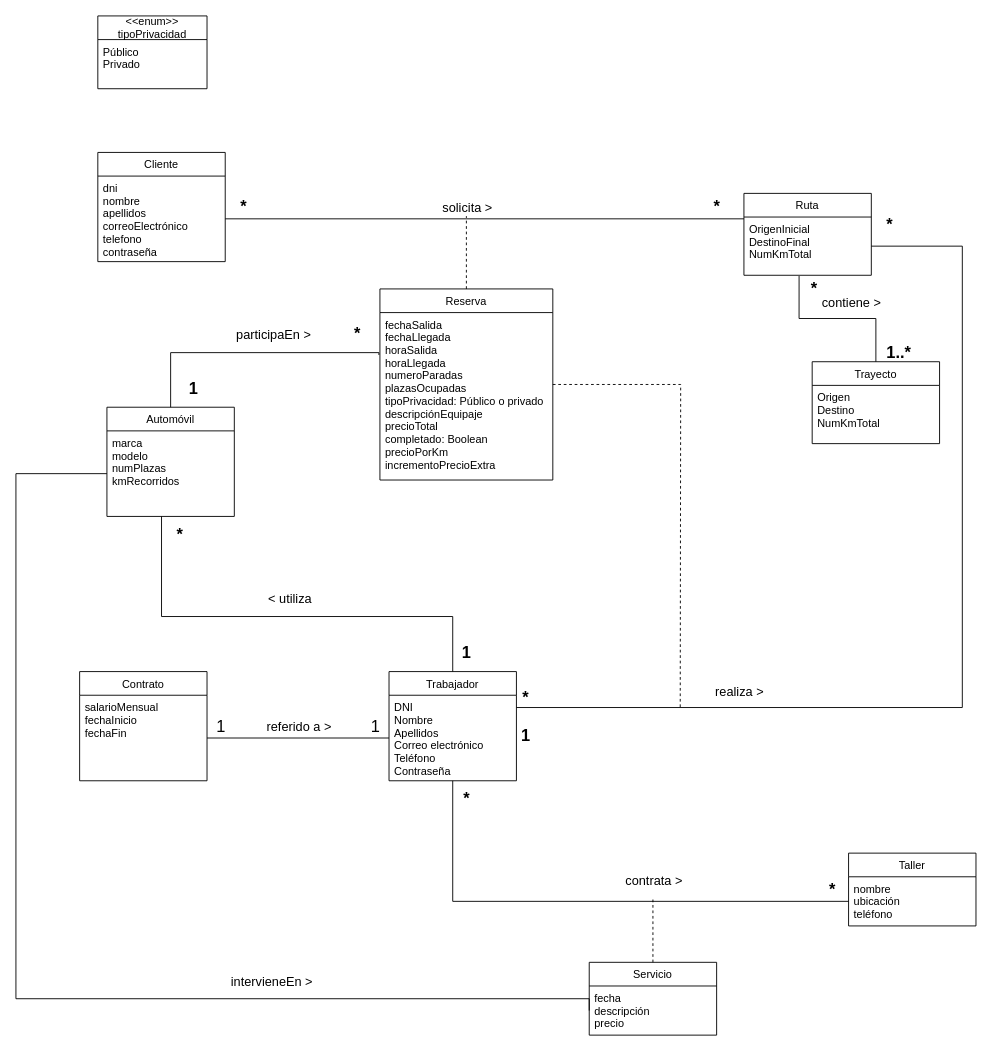
Earlier version of the draw.io diagram UML clase flotante.drawio (gii-is-DP1/dp1-2020-g2-3). Source tidied: cells renumbered, new cells numbered last; positions are measured from the earlier drawing's top-left corner, leaving out a move shared by most shapes. Both pictures are drawn from the tidied source at 91%, with x=0, y=0 at pixel (15, 15).
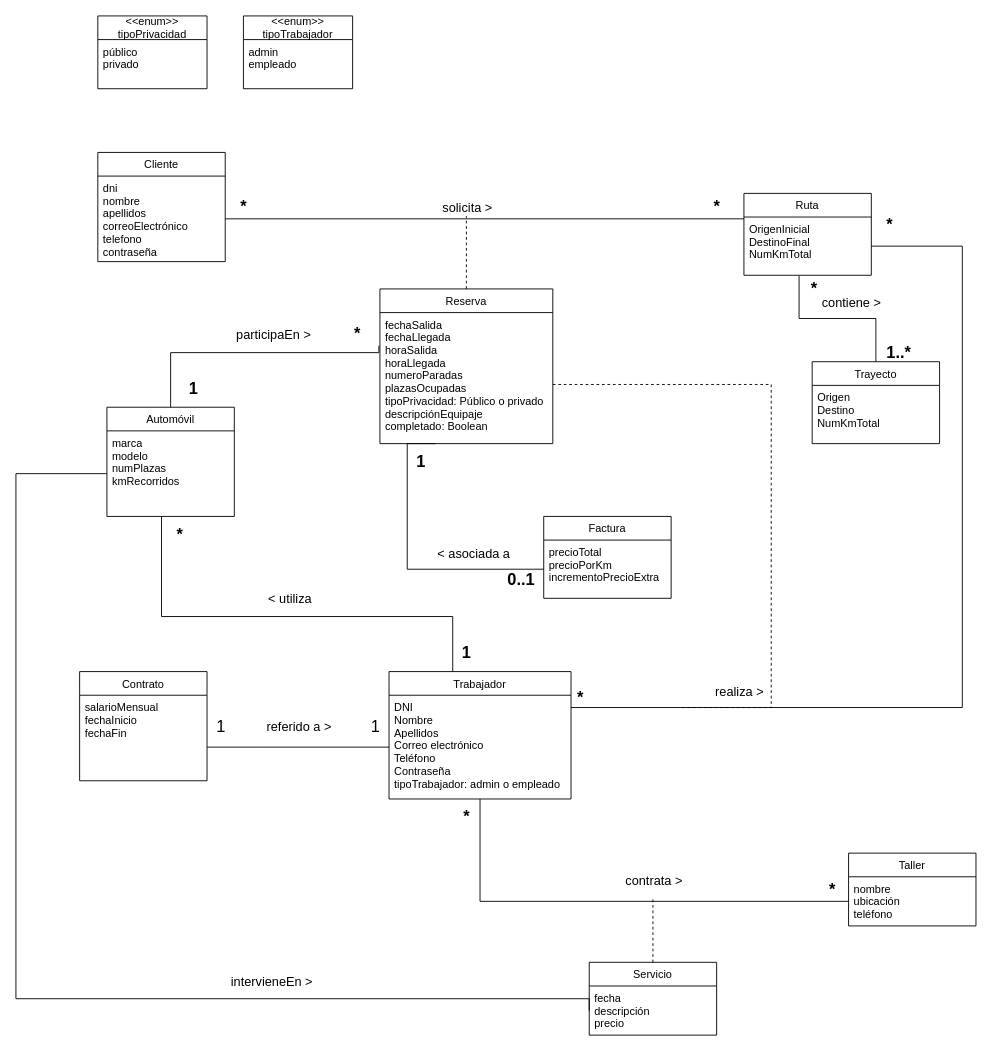
The same diagram, later.

Unchanged cells that the change refers to:
```xml
<mxCell id="6" value="&lt;&lt;enum&gt;&gt;&#10;tipoPrivacidad" style="swimlane;fontStyle=0;horizontal=1;startSize=26;fillColor=none;" parent="1" vertex="1">
  <mxGeometry x="90" width="120" height="80" as="geometry" />
</mxCell>
<mxCell id="14" value="salarioMensual&#10;fechaInicio&#10;fechaFin&#10;" style="text;strokeColor=none;fillColor=none;align=left;verticalAlign=top;spacingLeft=4;spacingRight=4;overflow=hidden;points=[[0,0.5],[1,0.5]];portConstraint=eastwest;" parent="13" vertex="1">
  <mxGeometry y="26" width="140" height="94" as="geometry" />
</mxCell>
```

Diff of the diagram source:
```diff
@@
-    <mxCell id="7" value="Público&#10;Privado" style="text;strokeColor=none;fillColor=none;align=left;verticalAlign=top;spacingLeft=4;spacingRight=4;overflow=hidden;" parent="6" vertex="1">
+    <mxCell id="7" value="público&#10;privado" style="text;strokeColor=none;fillColor=none;align=left;verticalAlign=top;spacingLeft=4;spacingRight=4;overflow=hidden;" parent="6" vertex="1">
       <mxGeometry y="26" width="120" height="54" as="geometry" />
     </mxCell>
@@
     <mxCell id="11" value="Trabajador" style="swimlane;fontStyle=0;horizontal=1;startSize=26;fillColor=none;" parent="1" vertex="1">
-      <mxGeometry x="410" y="720.5" width="140" height="120" as="geometry" />
+      <mxGeometry x="410" y="720.5" width="200" height="140" as="geometry" />
     </mxCell>
-    <mxCell id="12" value="DNI&#10;Nombre&#10;Apellidos&#10;Correo electrónico&#10;Teléfono&#10;Contraseña" style="text;strokeColor=none;fillColor=none;align=left;verticalAlign=top;spacingLeft=4;spacingRight=4;overflow=hidden;points=[[0,0.5],[1,0.5]];portConstraint=eastwest;" parent="11" vertex="1">
-      <mxGeometry y="26" width="140" height="94" as="geometry" />
+    <mxCell id="12" value="DNI&#10;Nombre&#10;Apellidos&#10;Correo electrónico&#10;Teléfono&#10;Contraseña&#10;tipoTrabajador: admin o empleado" style="text;strokeColor=none;fillColor=none;align=left;verticalAlign=top;spacingLeft=4;spacingRight=4;overflow=hidden;points=[[0,0.5],[1,0.5]];portConstraint=eastwest;" parent="11" vertex="1">
+      <mxGeometry y="26" width="200" height="114" as="geometry" />
     </mxCell>
@@
     <mxCell id="15" style="edgeStyle=orthogonalEdgeStyle;rounded=0;jettySize=auto;html=1;endArrow=none;endFill=0;strokeColor=#000000;" parent="1" edge="1" source="12" target="14">
-      <mxGeometry relative="1" as="geometry" />
+      <mxGeometry relative="1" as="geometry">
+        <Array as="points">
+          <mxPoint x="270" y="804" />
+          <mxPoint x="270" y="804" />
+        </Array>
+      </mxGeometry>
     </mxCell>
@@
     <mxCell id="26" style="edgeStyle=orthogonalEdgeStyle;rounded=0;jettySize=auto;html=1;dashed=1;startArrow=none;startFill=0;startSize=16;endArrow=none;endFill=0;strokeColor=#000000;strokeWidth=1;" parent="1" edge="1" source="27">
       <mxGeometry relative="1" as="geometry">
         <mxPoint x="730" y="760" as="targetPoint" />
+        <Array as="points">
+          <mxPoint x="830" y="405" />
+          <mxPoint x="830" y="760" />
+        </Array>
       </mxGeometry>
     </mxCell>
     <mxCell id="27" value="Reserva" style="swimlane;fontStyle=0;horizontal=1;startSize=26;fillColor=none;" parent="1" vertex="1">
-      <mxGeometry x="400" y="300" width="190" height="210" as="geometry" />
+      <mxGeometry x="400" y="300" width="190" height="170" as="geometry" />
     </mxCell>
-    <mxCell id="28" value="fechaSalida&#10;fechaLlegada&#10;horaSalida&#10;horaLlegada&#10;numeroParadas&#10;plazasOcupadas&#10;tipoPrivacidad: Público o privado&#10;descripciónEquipaje&#10;precioTotal&#10;completado: Boolean&#10;precioPorKm&#10;incrementoPrecioExtra" style="text;strokeColor=none;fillColor=none;align=left;verticalAlign=top;spacingLeft=4;spacingRight=4;overflow=hidden;points=[[0,0.5],[1,0.5]];portConstraint=eastwest;" parent="27" vertex="1">
-      <mxGeometry y="26" width="190" height="184" as="geometry" />
+    <mxCell id="28" value="fechaSalida&#10;fechaLlegada&#10;horaSalida&#10;horaLlegada&#10;numeroParadas&#10;plazasOcupadas&#10;tipoPrivacidad: Público o privado&#10;descripciónEquipaje&#10;completado: Boolean&#10;" style="text;strokeColor=none;fillColor=none;align=left;verticalAlign=top;spacingLeft=4;spacingRight=4;overflow=hidden;points=[[0,0.5],[1,0.5]];portConstraint=eastwest;" parent="27" vertex="1">
+      <mxGeometry y="26" width="190" height="144" as="geometry" />
     </mxCell>
@@
     <mxCell id="35" value="&lt;font style=&quot;font-size: 18px&quot;&gt;&lt;b&gt;*&lt;/b&gt;&lt;/font&gt;" style="text;html=1;align=center;verticalAlign=middle;" parent="1" vertex="1">
-      <mxGeometry x="550" y="740" width="20" height="20" as="geometry" />
+      <mxGeometry x="610" y="740" width="20" height="20" as="geometry" />
     </mxCell>
@@
-    <mxCell id="45" value="&lt;font style=&quot;font-size: 18px&quot;&gt;&lt;b&gt;1&lt;/b&gt;&lt;/font&gt;" style="text;html=1;align=center;verticalAlign=middle;" parent="1" vertex="1">
-      <mxGeometry x="545" y="780.5" width="30" height="20" as="geometry" />
-    </mxCell>
@@
     <mxCell id="51" value="&lt;font style=&quot;font-size: 18px&quot;&gt;&lt;b&gt;*&lt;/b&gt;&lt;/font&gt;" style="text;html=1;align=center;verticalAlign=middle;" parent="1" vertex="1">
-      <mxGeometry x="485" y="850" width="20" height="20" as="geometry" />
+      <mxGeometry x="485" y="870" width="20" height="20" as="geometry" />
     </mxCell>
@@
+    <mxCell id="56" value="&lt;&lt;enum&gt;&gt;&#10;tipoTrabajador" style="swimlane;fontStyle=0;horizontal=1;startSize=26;fillColor=none;" parent="1" vertex="1">
+      <mxGeometry x="250" width="120" height="80" as="geometry" />
+    </mxCell>
+    <mxCell id="57" value="admin&#10;empleado" style="text;strokeColor=none;fillColor=none;align=left;verticalAlign=top;spacingLeft=4;spacingRight=4;overflow=hidden;" parent="56" vertex="1">
+      <mxGeometry y="26" width="120" height="54" as="geometry" />
+    </mxCell>
+    <mxCell id="58" value="&lt;font style=&quot;font-size: 14px&quot;&gt;&amp;lt; asociada a&lt;/font&gt;" style="edgeLabel;html=1;align=center;verticalAlign=middle;" parent="1" vertex="1">
+      <mxGeometry x="510" y="590" as="geometry">
+        <mxPoint x="-8" as="offset" />
+      </mxGeometry>
+    </mxCell>
+    <mxCell id="59" value="&lt;font style=&quot;font-size: 18px&quot;&gt;&lt;b&gt;0..1&lt;/b&gt;&lt;/font&gt;" style="text;html=1;align=center;verticalAlign=middle;" parent="1" vertex="1">
+      <mxGeometry x="530" y="610" width="50" height="20" as="geometry" />
+    </mxCell>
+    <mxCell id="45" value="&lt;font style=&quot;font-size: 18px&quot;&gt;&lt;b&gt;1&lt;/b&gt;&lt;/font&gt;" style="text;html=1;align=center;verticalAlign=middle;" parent="1" vertex="1">
+      <mxGeometry x="430" y="480" width="30" height="20" as="geometry" />
+    </mxCell>
+    <mxCell id="60" value="Factura" style="swimlane;fontStyle=0;horizontal=1;startSize=26;fillColor=none;" parent="1" vertex="1">
+      <mxGeometry x="580" y="550" width="140" height="90" as="geometry" />
+    </mxCell>
+    <mxCell id="61" value="precioTotal&#10;precioPorKm&#10;incrementoPrecioExtra" style="text;strokeColor=none;fillColor=none;align=left;verticalAlign=top;spacingLeft=4;spacingRight=4;overflow=hidden;points=[[0,0.5],[1,0.5]];portConstraint=eastwest;" parent="60" vertex="1">
+      <mxGeometry y="26" width="140" height="64" as="geometry" />
+    </mxCell>
+    <mxCell id="62" style="edgeStyle=orthogonalEdgeStyle;rounded=0;jettySize=auto;html=1;entryX=0.322;entryY=1;entryDx=0;entryDy=0;entryPerimeter=0;endArrow=none;endFill=0;" parent="1" edge="1" source="61" target="28">
+      <mxGeometry relative="1" as="geometry">
+        <Array as="points">
+          <mxPoint x="430" y="608" />
+          <mxPoint x="430" y="470" />
+        </Array>
+      </mxGeometry>
+    </mxCell>
```
